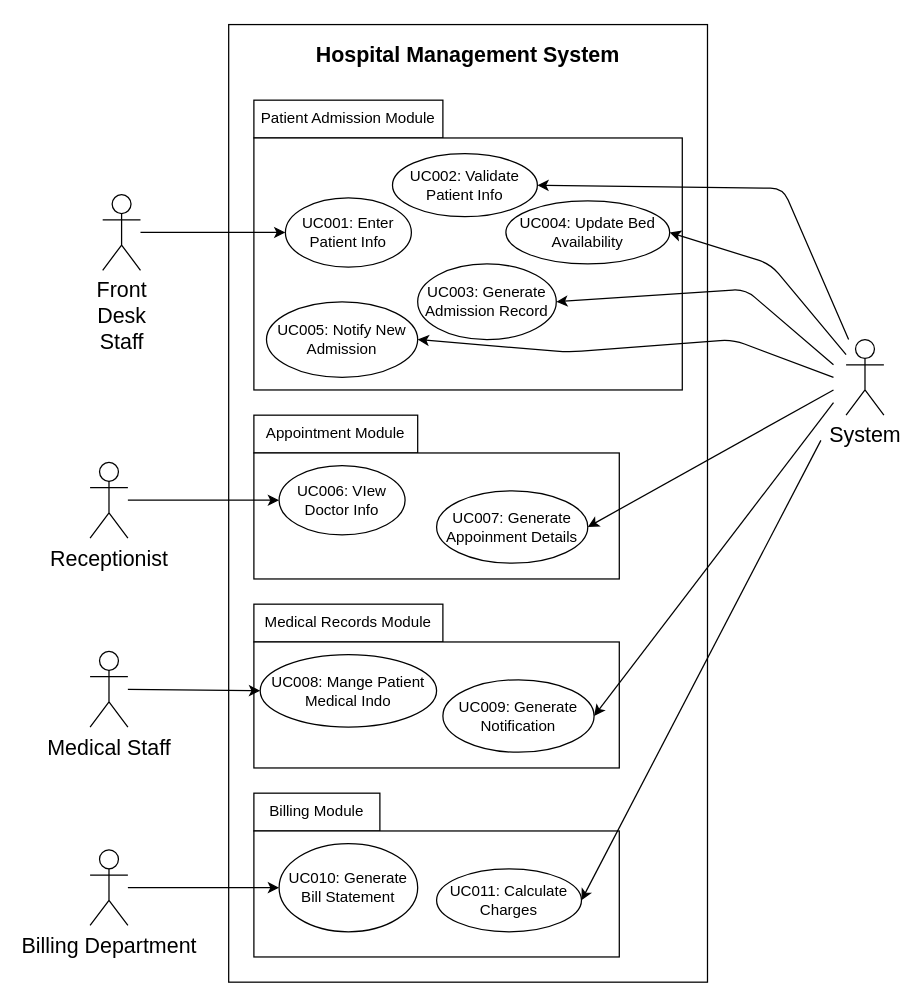
Above: exercise/uml/submission/sec01/alovey1014/uc1.drawio in drshahizan/software-engineering (draw.io), before the change. Source tidied: cells renumbered, new cells numbered last; positions are measured from the earlier drawing's top-left corner, leaving out a move shared by most shapes. Both pictures are drawn from the tidied source at 126%, with x=0, y=0 at pixel (89, 24).
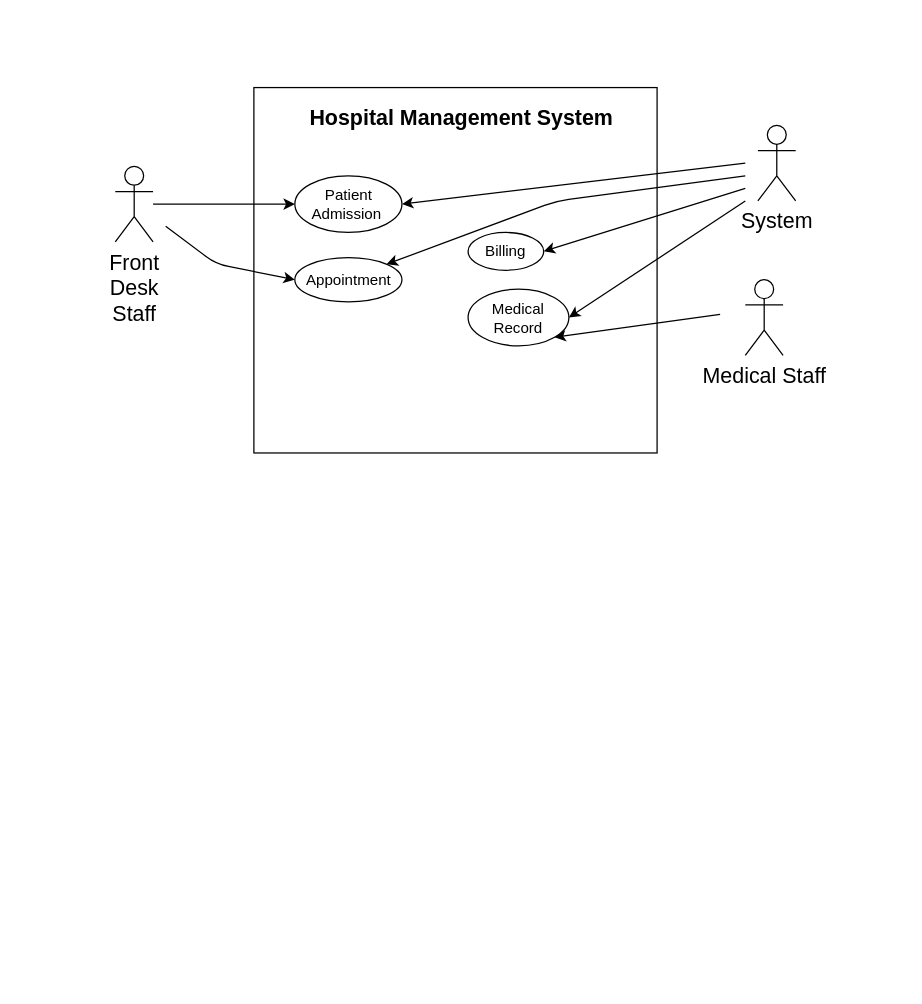
The same page after the edit.

The edit, as a diff of the source:
```diff
@@
-    <mxCell id="2" style="rounded=0;whiteSpace=wrap;html=1;fontSize=17;" parent="1" vertex="1">
-      <mxGeometry x="110" width="380" height="760" as="geometry" />
-    </mxCell>
-    <mxCell id="3" value="Patient Admission Module" style="rounded=0;whiteSpace=wrap;html=1;" parent="1" vertex="1">
-      <mxGeometry x="130" y="60" width="150" height="30" as="geometry" />
-    </mxCell>
     <mxCell id="4" style="rounded=0;whiteSpace=wrap;html=1;" parent="1" vertex="1">
-      <mxGeometry x="130" y="90" width="340" height="200" as="geometry" />
+      <mxGeometry x="130" y="50" width="320" height="290" as="geometry" />
     </mxCell>
-    <mxCell id="5" value="UC001: Enter Patient Info" style="ellipse;whiteSpace=wrap;html=1;" parent="1" vertex="1">
-      <mxGeometry x="155" y="137.5" width="100" height="55" as="geometry" />
-    </mxCell>
-    <mxCell id="6" value="UC002: Validate Patient Info" style="ellipse;whiteSpace=wrap;html=1;" parent="1" vertex="1">
-      <mxGeometry x="240" y="102.5" width="115" height="50" as="geometry" />
-    </mxCell>
-    <mxCell id="7" value="UC003: Generate Admission Record" style="ellipse;whiteSpace=wrap;html=1;" parent="1" vertex="1">
-      <mxGeometry x="260" y="190" width="110" height="60" as="geometry" />
-    </mxCell>
-    <mxCell id="8" value="UC004: Update Bed Availability" style="ellipse;whiteSpace=wrap;html=1;" parent="1" vertex="1">
-      <mxGeometry x="330" y="140" width="130" height="50" as="geometry" />
-    </mxCell>
-    <mxCell id="9" value="UC005: Notify New Admission" style="ellipse;whiteSpace=wrap;html=1;" parent="1" vertex="1">
-      <mxGeometry x="140" y="220" width="120" height="60" as="geometry" />
-    </mxCell>
-    <mxCell id="10" value="Appointment Module" style="rounded=0;whiteSpace=wrap;html=1;" parent="1" vertex="1">
-      <mxGeometry x="130" y="310" width="130" height="30" as="geometry" />
-    </mxCell>
-    <mxCell id="11" style="rounded=0;whiteSpace=wrap;html=1;" parent="1" vertex="1">
-      <mxGeometry x="130" y="340" width="290" height="100" as="geometry" />
-    </mxCell>
-    <mxCell id="12" value="UC006: VIew Doctor Info" style="ellipse;whiteSpace=wrap;html=1;" parent="1" vertex="1">
-      <mxGeometry x="150" y="350" width="100" height="55" as="geometry" />
-    </mxCell>
-    <mxCell id="13" value="UC007: Generate Appoinment Details" style="ellipse;whiteSpace=wrap;html=1;" parent="1" vertex="1">
-      <mxGeometry x="275" y="370" width="120" height="57.5" as="geometry" />
-    </mxCell>
     <mxCell id="14" value="&lt;h3 style=&quot;font-size: 17px;&quot;&gt;Hospital Management System&lt;/h3&gt;" style="text;html=1;strokeColor=none;fillColor=none;align=center;verticalAlign=middle;whiteSpace=wrap;rounded=0;fontSize=17;" parent="1" vertex="1">
-      <mxGeometry x="175" y="10" width="250" height="30" as="geometry" />
+      <mxGeometry x="170" y="60" width="250" height="30" as="geometry" />
     </mxCell>
-    <mxCell id="15" value="Medical Records Module" style="rounded=0;whiteSpace=wrap;html=1;" parent="1" vertex="1">
-      <mxGeometry x="130" y="460" width="150" height="30" as="geometry" />
-    </mxCell>
-    <mxCell id="16" style="rounded=0;whiteSpace=wrap;html=1;" parent="1" vertex="1">
-      <mxGeometry x="130" y="490" width="290" height="100" as="geometry" />
-    </mxCell>
-    <mxCell id="17" value="UC008: Mange Patient Medical Indo" style="ellipse;whiteSpace=wrap;html=1;" parent="1" vertex="1">
-      <mxGeometry x="135" y="500" width="140" height="57.5" as="geometry" />
-    </mxCell>
-    <mxCell id="18" value="UC009: Generate Notification" style="ellipse;whiteSpace=wrap;html=1;" parent="1" vertex="1">
-      <mxGeometry x="280" y="520" width="120" height="57.5" as="geometry" />
-    </mxCell>
-    <mxCell id="19" value="Billing Module" style="rounded=0;whiteSpace=wrap;html=1;" parent="1" vertex="1">
-      <mxGeometry x="130" y="610" width="100" height="30" as="geometry" />
-    </mxCell>
-    <mxCell id="20" style="rounded=0;whiteSpace=wrap;html=1;" parent="1" vertex="1">
-      <mxGeometry x="130" y="640" width="290" height="100" as="geometry" />
-    </mxCell>
-    <mxCell id="21" value="UC010: Generate Bill Statement" style="ellipse;whiteSpace=wrap;html=1;" parent="1" vertex="1">
-      <mxGeometry x="150" y="650" width="110" height="70" as="geometry" />
-    </mxCell>
-    <mxCell id="22" value="UC011: Calculate Charges" style="ellipse;whiteSpace=wrap;html=1;" parent="1" vertex="1">
-      <mxGeometry x="275" y="670" width="115" height="50" as="geometry" />
-    </mxCell>
     <mxCell id="23" value="System" style="shape=umlActor;verticalLabelPosition=bottom;verticalAlign=top;html=1;outlineConnect=0;fontSize=17;" parent="1" vertex="1">
-      <mxGeometry x="600" y="250" width="30" height="60" as="geometry" />
+      <mxGeometry x="530" y="80" width="30" height="60" as="geometry" />
     </mxCell>
-    <mxCell id="24" style="edgeStyle=none;html=1;fontSize=17;entryX=0;entryY=0.5;entryDx=0;entryDy=0;" parent="1" edge="1" source="25" target="17">
-      <mxGeometry relative="1" as="geometry" />
-    </mxCell>
     <mxCell id="25" value="Medical Staff" style="shape=umlActor;verticalLabelPosition=bottom;verticalAlign=top;html=1;outlineConnect=0;fontSize=17;" parent="1" vertex="1">
-      <mxGeometry y="497.5" width="30" height="60" as="geometry" />
+      <mxGeometry x="520" y="202.5" width="30" height="60" as="geometry" />
     </mxCell>
-    <mxCell id="26" style="edgeStyle=none;html=1;fontSize=17;" parent="1" edge="1" source="27" target="21">
-      <mxGeometry relative="1" as="geometry" />
-    </mxCell>
-    <mxCell id="27" value="Billing Department" style="shape=umlActor;verticalLabelPosition=bottom;verticalAlign=top;html=1;outlineConnect=0;fontSize=17;" parent="1" vertex="1">
-      <mxGeometry y="655" width="30" height="60" as="geometry" />
-    </mxCell>
-    <mxCell id="28" style="endArrow=classic;html=1;fontSize=17;entryX=1;entryY=0.5;entryDx=0;entryDy=0;" parent="1" edge="1" source="23" target="6">
-      <mxGeometry relative="1" as="geometry">
-        <Array as="points">
-          <mxPoint x="550" y="130" />
-        </Array>
-      </mxGeometry>
-    </mxCell>
-    <mxCell id="29" style="endArrow=classic;html=1;fontSize=17;entryX=1;entryY=0.5;entryDx=0;entryDy=0;" parent="1" edge="1" source="23" target="8">
-      <mxGeometry relative="1" as="geometry">
-        <Array as="points">
-          <mxPoint x="540" y="190" />
-        </Array>
-      </mxGeometry>
-    </mxCell>
-    <mxCell id="30" style="endArrow=classic;html=1;fontSize=17;entryX=1;entryY=0.5;entryDx=0;entryDy=0;" parent="1" edge="1" target="7">
-      <mxGeometry relative="1" as="geometry">
-        <mxPoint x="590" y="270" as="sourcePoint" />
-        <Array as="points">
-          <mxPoint x="520" y="210" />
-        </Array>
-      </mxGeometry>
-    </mxCell>
-    <mxCell id="31" style="endArrow=classic;html=1;fontSize=17;entryX=1;entryY=0.5;entryDx=0;entryDy=0;" parent="1" edge="1" target="9">
-      <mxGeometry relative="1" as="geometry">
-        <mxPoint x="590" y="280" as="sourcePoint" />
-        <Array as="points">
-          <mxPoint x="510" y="250" />
-          <mxPoint x="380" y="260" />
-        </Array>
-      </mxGeometry>
-    </mxCell>
-    <mxCell id="32" style="edgeStyle=none;html=1;fontSize=17;entryX=0;entryY=0.5;entryDx=0;entryDy=0;" parent="1" edge="1" source="33" target="12">
-      <mxGeometry relative="1" as="geometry" />
+    <mxCell id="32" style="edgeStyle=none;html=1;fontSize=17;entryX=0;entryY=0.5;entryDx=0;entryDy=0;" parent="1" edge="1" target="40">
+      <mxGeometry relative="1" as="geometry">
+        <mxPoint x="60" y="160" as="sourcePoint" />
+        <Array as="points">
+          <mxPoint x="100" y="190" />
+        </Array>
+      </mxGeometry>
     </mxCell>
-    <mxCell id="33" value="Receptionist" style="shape=umlActor;verticalLabelPosition=bottom;verticalAlign=top;html=1;outlineConnect=0;fontSize=17;" parent="1" vertex="1">
-      <mxGeometry y="347.5" width="30" height="60" as="geometry" />
-    </mxCell>
-    <mxCell id="34" style="endArrow=classic;html=1;fontSize=17;entryX=1;entryY=0.5;entryDx=0;entryDy=0;" parent="1" edge="1" target="13">
-      <mxGeometry relative="1" as="geometry">
-        <mxPoint x="590" y="290" as="sourcePoint" />
-      </mxGeometry>
-    </mxCell>
-    <mxCell id="35" style="endArrow=classic;html=1;fontSize=17;entryX=1;entryY=0.5;entryDx=0;entryDy=0;" parent="1" edge="1" target="18">
-      <mxGeometry relative="1" as="geometry">
-        <mxPoint x="590" y="300" as="sourcePoint" />
-      </mxGeometry>
-    </mxCell>
-    <mxCell id="36" style="endArrow=classic;html=1;fontSize=17;entryX=1;entryY=0.5;entryDx=0;entryDy=0;" parent="1" edge="1" target="22">
-      <mxGeometry relative="1" as="geometry">
-        <mxPoint x="580" y="330" as="sourcePoint" />
-      </mxGeometry>
-    </mxCell>
-    <mxCell id="37" style="edgeStyle=none;html=1;fontSize=17;" parent="1" edge="1" source="38" target="5">
+    <mxCell id="37" style="edgeStyle=none;html=1;fontSize=17;entryX=0;entryY=0.5;entryDx=0;entryDy=0;" parent="1" edge="1" source="38" target="39">
       <mxGeometry relative="1" as="geometry" />
     </mxCell>
     <mxCell id="38" value="Front&lt;br&gt;Desk &lt;br&gt;Staff" style="shape=umlActor;verticalLabelPosition=bottom;verticalAlign=top;html=1;outlineConnect=0;fontSize=17;" parent="1" vertex="1">
-      <mxGeometry x="10" y="135" width="30" height="60" as="geometry" />
+      <mxGeometry x="20" y="112.5" width="30" height="60" as="geometry" />
     </mxCell>
+    <mxCell id="39" value="Patient Admission&amp;nbsp;" style="ellipse;whiteSpace=wrap;html=1;" parent="1" vertex="1">
+      <mxGeometry x="162.5" y="120" width="85" height="45" as="geometry" />
+    </mxCell>
+    <mxCell id="40" value="Appointment" style="ellipse;whiteSpace=wrap;html=1;" parent="1" vertex="1">
+      <mxGeometry x="162.5" y="185" width="85" height="35" as="geometry" />
+    </mxCell>
+    <mxCell id="41" value="Medical Record" style="ellipse;whiteSpace=wrap;html=1;" parent="1" vertex="1">
+      <mxGeometry x="300" y="210" width="80" height="45" as="geometry" />
+    </mxCell>
+    <mxCell id="42" value="Billing" style="ellipse;whiteSpace=wrap;html=1;" parent="1" vertex="1">
+      <mxGeometry x="300" y="165" width="60" height="30" as="geometry" />
+    </mxCell>
+    <mxCell id="43" style="endArrow=classic;html=1;entryX=1;entryY=0.5;entryDx=0;entryDy=0;" parent="1" edge="1" target="39">
+      <mxGeometry relative="1" as="geometry">
+        <mxPoint x="520" y="110" as="sourcePoint" />
+      </mxGeometry>
+    </mxCell>
+    <mxCell id="44" style="endArrow=classic;html=1;entryX=1;entryY=0.5;entryDx=0;entryDy=0;" parent="1" edge="1" target="41">
+      <mxGeometry relative="1" as="geometry">
+        <mxPoint x="520" y="140" as="sourcePoint" />
+      </mxGeometry>
+    </mxCell>
+    <mxCell id="45" style="endArrow=classic;html=1;entryX=1;entryY=0;entryDx=0;entryDy=0;" parent="1" edge="1" target="40">
+      <mxGeometry relative="1" as="geometry">
+        <mxPoint x="520" y="120" as="sourcePoint" />
+        <Array as="points">
+          <mxPoint x="370" y="140" />
+        </Array>
+      </mxGeometry>
+    </mxCell>
+    <mxCell id="46" style="endArrow=classic;html=1;entryX=1;entryY=0.5;entryDx=0;entryDy=0;" parent="1" edge="1" target="42">
+      <mxGeometry relative="1" as="geometry">
+        <mxPoint x="520" y="130" as="sourcePoint" />
+      </mxGeometry>
+    </mxCell>
+    <mxCell id="47" style="endArrow=classic;html=1;entryX=1;entryY=1;entryDx=0;entryDy=0;" parent="1" edge="1" target="41">
+      <mxGeometry relative="1" as="geometry">
+        <mxPoint x="500" y="230" as="sourcePoint" />
+      </mxGeometry>
+    </mxCell>
```
